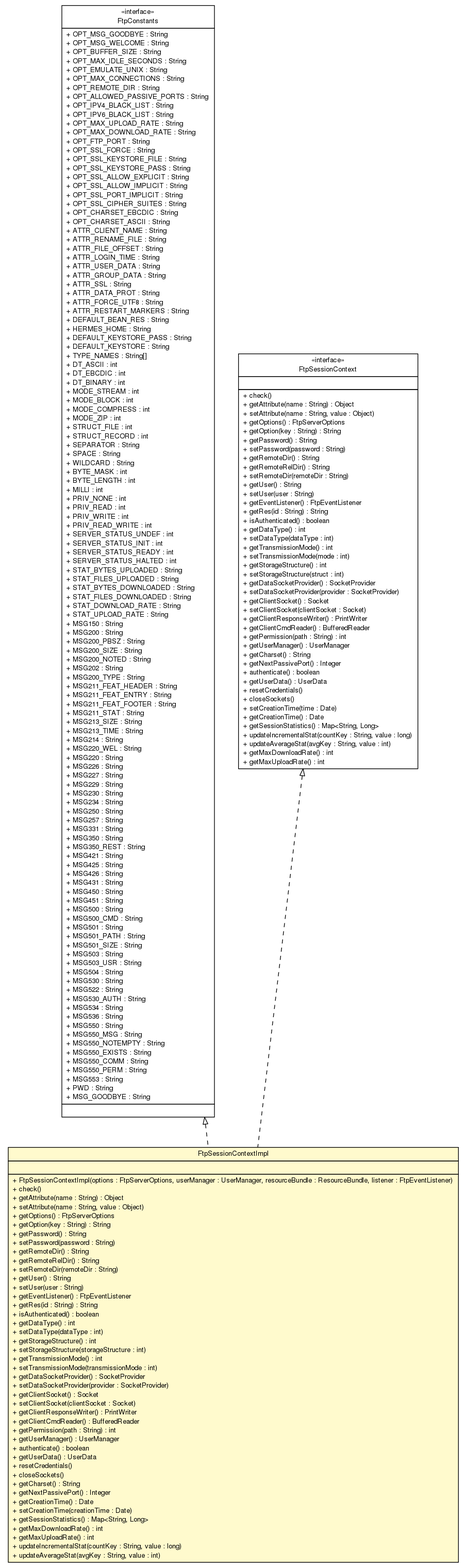
lbehnke/hermesftp keeps this Graphviz diagram as apidocs/com/apporiented/hermesftp/session/impl/FtpSessionContextImpl.png. Above is the earlier version. Its source is kept beside it as apidocs/com/apporiented/hermesftp/session/impl/FtpSessionContextImpl.dot. The source it was exported from:
```dot

digraph G {
	edge [fontname="Helvetica",fontsize=10,labelfontname="Helvetica",labelfontsize=10];
	node [fontname="Helvetica",fontsize=10,shape=plaintext];
	nodesep=0.25;
	ranksep=0.5;
	c4875 [label=<<table title="com.apporiented.hermesftp.session.impl.FtpSessionContextImpl" border="0" cellborder="1" cellspacing="0" cellpadding="2" port="p" bgcolor="lemonChiffon" href="./FtpSessionContextImpl.html">
		<tr><td><table border="0" cellspacing="0" cellpadding="1">
<tr><td align="center" balign="center"> FtpSessionContextImpl </td></tr>
		</table></td></tr>
		<tr><td><table border="0" cellspacing="0" cellpadding="1">
<tr><td align="left" balign="left">  </td></tr>
		</table></td></tr>
		<tr><td><table border="0" cellspacing="0" cellpadding="1">
<tr><td align="left" balign="left"> + FtpSessionContextImpl(options : FtpServerOptions, userManager : UserManager, resourceBundle : ResourceBundle, listener : FtpEventListener) </td></tr>
<tr><td align="left" balign="left"> + check() </td></tr>
<tr><td align="left" balign="left"> + getAttribute(name : String) : Object </td></tr>
<tr><td align="left" balign="left"> + setAttribute(name : String, value : Object) </td></tr>
<tr><td align="left" balign="left"> + getOptions() : FtpServerOptions </td></tr>
<tr><td align="left" balign="left"> + getOption(key : String) : String </td></tr>
<tr><td align="left" balign="left"> + getPassword() : String </td></tr>
<tr><td align="left" balign="left"> + setPassword(password : String) </td></tr>
<tr><td align="left" balign="left"> + getRemoteDir() : String </td></tr>
<tr><td align="left" balign="left"> + getRemoteRelDir() : String </td></tr>
<tr><td align="left" balign="left"> + setRemoteDir(remoteDir : String) </td></tr>
<tr><td align="left" balign="left"> + getUser() : String </td></tr>
<tr><td align="left" balign="left"> + setUser(user : String) </td></tr>
<tr><td align="left" balign="left"> + getEventListener() : FtpEventListener </td></tr>
<tr><td align="left" balign="left"> + getRes(id : String) : String </td></tr>
<tr><td align="left" balign="left"> + isAuthenticated() : boolean </td></tr>
<tr><td align="left" balign="left"> + getDataType() : int </td></tr>
<tr><td align="left" balign="left"> + setDataType(dataType : int) </td></tr>
<tr><td align="left" balign="left"> + getStorageStructure() : int </td></tr>
<tr><td align="left" balign="left"> + setStorageStructure(storageStructure : int) </td></tr>
<tr><td align="left" balign="left"> + getTransmissionMode() : int </td></tr>
<tr><td align="left" balign="left"> + setTransmissionMode(transmissionMode : int) </td></tr>
<tr><td align="left" balign="left"> + getDataSocketProvider() : SocketProvider </td></tr>
<tr><td align="left" balign="left"> + setDataSocketProvider(provider : SocketProvider) </td></tr>
<tr><td align="left" balign="left"> + getClientSocket() : Socket </td></tr>
<tr><td align="left" balign="left"> + setClientSocket(clientSocket : Socket) </td></tr>
<tr><td align="left" balign="left"> + getClientResponseWriter() : PrintWriter </td></tr>
<tr><td align="left" balign="left"> + getClientCmdReader() : BufferedReader </td></tr>
<tr><td align="left" balign="left"> + getPermission(path : String) : int </td></tr>
<tr><td align="left" balign="left"> + getUserManager() : UserManager </td></tr>
<tr><td align="left" balign="left"> + authenticate() : boolean </td></tr>
<tr><td align="left" balign="left"> + getUserData() : UserData </td></tr>
<tr><td align="left" balign="left"> + resetCredentials() </td></tr>
<tr><td align="left" balign="left"> + closeSockets() </td></tr>
<tr><td align="left" balign="left"> + getCharset() : String </td></tr>
<tr><td align="left" balign="left"> + getNextPassivePort() : Integer </td></tr>
<tr><td align="left" balign="left"> + getCreationTime() : Date </td></tr>
<tr><td align="left" balign="left"> + setCreationTime(creationTime : Date) </td></tr>
<tr><td align="left" balign="left"> + getSessionStatistics() : Map&lt;String, Long&gt; </td></tr>
<tr><td align="left" balign="left"> + getMaxDownloadRate() : int </td></tr>
<tr><td align="left" balign="left"> + getMaxUploadRate() : int </td></tr>
<tr><td align="left" balign="left"> + updateIncrementalStat(countKey : String, value : long) </td></tr>
<tr><td align="left" balign="left"> + updateAverageStat(avgKey : String, value : int) </td></tr>
		</table></td></tr>
		</table>>, fontname="Helvetica", fontcolor="black", fontsize=10.0];
	c4879 [label=<<table title="com.apporiented.hermesftp.common.FtpConstants" border="0" cellborder="1" cellspacing="0" cellpadding="2" port="p" href="../../common/FtpConstants.html">
		<tr><td><table border="0" cellspacing="0" cellpadding="1">
<tr><td align="center" balign="center"> &#171;interface&#187; </td></tr>
<tr><td align="center" balign="center"> FtpConstants </td></tr>
		</table></td></tr>
		<tr><td><table border="0" cellspacing="0" cellpadding="1">
<tr><td align="left" balign="left"> + OPT_MSG_GOODBYE : String </td></tr>
<tr><td align="left" balign="left"> + OPT_MSG_WELCOME : String </td></tr>
<tr><td align="left" balign="left"> + OPT_BUFFER_SIZE : String </td></tr>
<tr><td align="left" balign="left"> + OPT_MAX_IDLE_SECONDS : String </td></tr>
<tr><td align="left" balign="left"> + OPT_EMULATE_UNIX : String </td></tr>
<tr><td align="left" balign="left"> + OPT_MAX_CONNECTIONS : String </td></tr>
<tr><td align="left" balign="left"> + OPT_REMOTE_DIR : String </td></tr>
<tr><td align="left" balign="left"> + OPT_ALLOWED_PASSIVE_PORTS : String </td></tr>
<tr><td align="left" balign="left"> + OPT_IPV4_BLACK_LIST : String </td></tr>
<tr><td align="left" balign="left"> + OPT_IPV6_BLACK_LIST : String </td></tr>
<tr><td align="left" balign="left"> + OPT_MAX_UPLOAD_RATE : String </td></tr>
<tr><td align="left" balign="left"> + OPT_MAX_DOWNLOAD_RATE : String </td></tr>
<tr><td align="left" balign="left"> + OPT_FTP_PORT : String </td></tr>
<tr><td align="left" balign="left"> + OPT_SSL_FORCE : String </td></tr>
<tr><td align="left" balign="left"> + OPT_SSL_KEYSTORE_FILE : String </td></tr>
<tr><td align="left" balign="left"> + OPT_SSL_KEYSTORE_PASS : String </td></tr>
<tr><td align="left" balign="left"> + OPT_SSL_ALLOW_EXPLICIT : String </td></tr>
<tr><td align="left" balign="left"> + OPT_SSL_ALLOW_IMPLICIT : String </td></tr>
<tr><td align="left" balign="left"> + OPT_SSL_PORT_IMPLICIT : String </td></tr>
<tr><td align="left" balign="left"> + OPT_SSL_CIPHER_SUITES : String </td></tr>
<tr><td align="left" balign="left"> + OPT_CHARSET_EBCDIC : String </td></tr>
<tr><td align="left" balign="left"> + OPT_CHARSET_ASCII : String </td></tr>
<tr><td align="left" balign="left"> + ATTR_CLIENT_NAME : String </td></tr>
<tr><td align="left" balign="left"> + ATTR_RENAME_FILE : String </td></tr>
<tr><td align="left" balign="left"> + ATTR_FILE_OFFSET : String </td></tr>
<tr><td align="left" balign="left"> + ATTR_LOGIN_TIME : String </td></tr>
<tr><td align="left" balign="left"> + ATTR_USER_DATA : String </td></tr>
<tr><td align="left" balign="left"> + ATTR_GROUP_DATA : String </td></tr>
<tr><td align="left" balign="left"> + ATTR_SSL : String </td></tr>
<tr><td align="left" balign="left"> + ATTR_DATA_PROT : String </td></tr>
<tr><td align="left" balign="left"> + ATTR_FORCE_UTF8 : String </td></tr>
<tr><td align="left" balign="left"> + ATTR_RESTART_MARKERS : String </td></tr>
<tr><td align="left" balign="left"> + DEFAULT_BEAN_RES : String </td></tr>
<tr><td align="left" balign="left"> + HERMES_HOME : String </td></tr>
<tr><td align="left" balign="left"> + DEFAULT_KEYSTORE_PASS : String </td></tr>
<tr><td align="left" balign="left"> + DEFAULT_KEYSTORE : String </td></tr>
<tr><td align="left" balign="left"> + TYPE_NAMES : String[] </td></tr>
<tr><td align="left" balign="left"> + DT_ASCII : int </td></tr>
<tr><td align="left" balign="left"> + DT_EBCDIC : int </td></tr>
<tr><td align="left" balign="left"> + DT_BINARY : int </td></tr>
<tr><td align="left" balign="left"> + MODE_STREAM : int </td></tr>
<tr><td align="left" balign="left"> + MODE_BLOCK : int </td></tr>
<tr><td align="left" balign="left"> + MODE_COMPRESS : int </td></tr>
<tr><td align="left" balign="left"> + MODE_ZIP : int </td></tr>
<tr><td align="left" balign="left"> + STRUCT_FILE : int </td></tr>
<tr><td align="left" balign="left"> + STRUCT_RECORD : int </td></tr>
<tr><td align="left" balign="left"> + SEPARATOR : String </td></tr>
<tr><td align="left" balign="left"> + SPACE : String </td></tr>
<tr><td align="left" balign="left"> + WILDCARD : String </td></tr>
<tr><td align="left" balign="left"> + BYTE_MASK : int </td></tr>
<tr><td align="left" balign="left"> + BYTE_LENGTH : int </td></tr>
<tr><td align="left" balign="left"> + MILLI : int </td></tr>
<tr><td align="left" balign="left"> + PRIV_NONE : int </td></tr>
<tr><td align="left" balign="left"> + PRIV_READ : int </td></tr>
<tr><td align="left" balign="left"> + PRIV_WRITE : int </td></tr>
<tr><td align="left" balign="left"> + PRIV_READ_WRITE : int </td></tr>
<tr><td align="left" balign="left"> + SERVER_STATUS_UNDEF : int </td></tr>
<tr><td align="left" balign="left"> + SERVER_STATUS_INIT : int </td></tr>
<tr><td align="left" balign="left"> + SERVER_STATUS_READY : int </td></tr>
<tr><td align="left" balign="left"> + SERVER_STATUS_HALTED : int </td></tr>
<tr><td align="left" balign="left"> + STAT_BYTES_UPLOADED : String </td></tr>
<tr><td align="left" balign="left"> + STAT_FILES_UPLOADED : String </td></tr>
<tr><td align="left" balign="left"> + STAT_BYTES_DOWNLOADED : String </td></tr>
<tr><td align="left" balign="left"> + STAT_FILES_DOWNLOADED : String </td></tr>
<tr><td align="left" balign="left"> + STAT_DOWNLOAD_RATE : String </td></tr>
<tr><td align="left" balign="left"> + STAT_UPLOAD_RATE : String </td></tr>
<tr><td align="left" balign="left"> + MSG150 : String </td></tr>
<tr><td align="left" balign="left"> + MSG200 : String </td></tr>
<tr><td align="left" balign="left"> + MSG200_PBSZ : String </td></tr>
<tr><td align="left" balign="left"> + MSG200_SIZE : String </td></tr>
<tr><td align="left" balign="left"> + MSG200_NOTED : String </td></tr>
<tr><td align="left" balign="left"> + MSG202 : String </td></tr>
<tr><td align="left" balign="left"> + MSG200_TYPE : String </td></tr>
<tr><td align="left" balign="left"> + MSG211_FEAT_HEADER : String </td></tr>
<tr><td align="left" balign="left"> + MSG211_FEAT_ENTRY : String </td></tr>
<tr><td align="left" balign="left"> + MSG211_FEAT_FOOTER : String </td></tr>
<tr><td align="left" balign="left"> + MSG211_STAT : String </td></tr>
<tr><td align="left" balign="left"> + MSG213_SIZE : String </td></tr>
<tr><td align="left" balign="left"> + MSG213_TIME : String </td></tr>
<tr><td align="left" balign="left"> + MSG214 : String </td></tr>
<tr><td align="left" balign="left"> + MSG220_WEL : String </td></tr>
<tr><td align="left" balign="left"> + MSG220 : String </td></tr>
<tr><td align="left" balign="left"> + MSG226 : String </td></tr>
<tr><td align="left" balign="left"> + MSG227 : String </td></tr>
<tr><td align="left" balign="left"> + MSG229 : String </td></tr>
<tr><td align="left" balign="left"> + MSG230 : String </td></tr>
<tr><td align="left" balign="left"> + MSG234 : String </td></tr>
<tr><td align="left" balign="left"> + MSG250 : String </td></tr>
<tr><td align="left" balign="left"> + MSG257 : String </td></tr>
<tr><td align="left" balign="left"> + MSG331 : String </td></tr>
<tr><td align="left" balign="left"> + MSG350 : String </td></tr>
<tr><td align="left" balign="left"> + MSG350_REST : String </td></tr>
<tr><td align="left" balign="left"> + MSG421 : String </td></tr>
<tr><td align="left" balign="left"> + MSG425 : String </td></tr>
<tr><td align="left" balign="left"> + MSG426 : String </td></tr>
<tr><td align="left" balign="left"> + MSG431 : String </td></tr>
<tr><td align="left" balign="left"> + MSG450 : String </td></tr>
<tr><td align="left" balign="left"> + MSG451 : String </td></tr>
<tr><td align="left" balign="left"> + MSG500 : String </td></tr>
<tr><td align="left" balign="left"> + MSG500_CMD : String </td></tr>
<tr><td align="left" balign="left"> + MSG501 : String </td></tr>
<tr><td align="left" balign="left"> + MSG501_PATH : String </td></tr>
<tr><td align="left" balign="left"> + MSG501_SIZE : String </td></tr>
<tr><td align="left" balign="left"> + MSG503 : String </td></tr>
<tr><td align="left" balign="left"> + MSG503_USR : String </td></tr>
<tr><td align="left" balign="left"> + MSG504 : String </td></tr>
<tr><td align="left" balign="left"> + MSG530 : String </td></tr>
<tr><td align="left" balign="left"> + MSG522 : String </td></tr>
<tr><td align="left" balign="left"> + MSG530_AUTH : String </td></tr>
<tr><td align="left" balign="left"> + MSG534 : String </td></tr>
<tr><td align="left" balign="left"> + MSG536 : String </td></tr>
<tr><td align="left" balign="left"> + MSG550 : String </td></tr>
<tr><td align="left" balign="left"> + MSG550_MSG : String </td></tr>
<tr><td align="left" balign="left"> + MSG550_NOTEMPTY : String </td></tr>
<tr><td align="left" balign="left"> + MSG550_EXISTS : String </td></tr>
<tr><td align="left" balign="left"> + MSG550_COMM : String </td></tr>
<tr><td align="left" balign="left"> + MSG550_PERM : String </td></tr>
<tr><td align="left" balign="left"> + MSG553 : String </td></tr>
<tr><td align="left" balign="left"> + PWD : String </td></tr>
<tr><td align="left" balign="left"> + MSG_GOODBYE : String </td></tr>
		</table></td></tr>
		<tr><td><table border="0" cellspacing="0" cellpadding="1">
<tr><td align="left" balign="left">  </td></tr>
		</table></td></tr>
		</table>>, fontname="Helvetica", fontcolor="black", fontsize=10.0];
	c4882 [label=<<table title="com.apporiented.hermesftp.common.FtpSessionContext" border="0" cellborder="1" cellspacing="0" cellpadding="2" port="p" href="../../common/FtpSessionContext.html">
		<tr><td><table border="0" cellspacing="0" cellpadding="1">
<tr><td align="center" balign="center"> &#171;interface&#187; </td></tr>
<tr><td align="center" balign="center"> FtpSessionContext </td></tr>
		</table></td></tr>
		<tr><td><table border="0" cellspacing="0" cellpadding="1">
<tr><td align="left" balign="left">  </td></tr>
		</table></td></tr>
		<tr><td><table border="0" cellspacing="0" cellpadding="1">
<tr><td align="left" balign="left"> + check() </td></tr>
<tr><td align="left" balign="left"> + getAttribute(name : String) : Object </td></tr>
<tr><td align="left" balign="left"> + setAttribute(name : String, value : Object) </td></tr>
<tr><td align="left" balign="left"> + getOptions() : FtpServerOptions </td></tr>
<tr><td align="left" balign="left"> + getOption(key : String) : String </td></tr>
<tr><td align="left" balign="left"> + getPassword() : String </td></tr>
<tr><td align="left" balign="left"> + setPassword(password : String) </td></tr>
<tr><td align="left" balign="left"> + getRemoteDir() : String </td></tr>
<tr><td align="left" balign="left"> + getRemoteRelDir() : String </td></tr>
<tr><td align="left" balign="left"> + setRemoteDir(remoteDir : String) </td></tr>
<tr><td align="left" balign="left"> + getUser() : String </td></tr>
<tr><td align="left" balign="left"> + setUser(user : String) </td></tr>
<tr><td align="left" balign="left"> + getEventListener() : FtpEventListener </td></tr>
<tr><td align="left" balign="left"> + getRes(id : String) : String </td></tr>
<tr><td align="left" balign="left"> + isAuthenticated() : boolean </td></tr>
<tr><td align="left" balign="left"> + getDataType() : int </td></tr>
<tr><td align="left" balign="left"> + setDataType(dataType : int) </td></tr>
<tr><td align="left" balign="left"> + getTransmissionMode() : int </td></tr>
<tr><td align="left" balign="left"> + setTransmissionMode(mode : int) </td></tr>
<tr><td align="left" balign="left"> + getStorageStructure() : int </td></tr>
<tr><td align="left" balign="left"> + setStorageStructure(struct : int) </td></tr>
<tr><td align="left" balign="left"> + getDataSocketProvider() : SocketProvider </td></tr>
<tr><td align="left" balign="left"> + setDataSocketProvider(provider : SocketProvider) </td></tr>
<tr><td align="left" balign="left"> + getClientSocket() : Socket </td></tr>
<tr><td align="left" balign="left"> + setClientSocket(clientSocket : Socket) </td></tr>
<tr><td align="left" balign="left"> + getClientResponseWriter() : PrintWriter </td></tr>
<tr><td align="left" balign="left"> + getClientCmdReader() : BufferedReader </td></tr>
<tr><td align="left" balign="left"> + getPermission(path : String) : int </td></tr>
<tr><td align="left" balign="left"> + getUserManager() : UserManager </td></tr>
<tr><td align="left" balign="left"> + getCharset() : String </td></tr>
<tr><td align="left" balign="left"> + getNextPassivePort() : Integer </td></tr>
<tr><td align="left" balign="left"> + authenticate() : boolean </td></tr>
<tr><td align="left" balign="left"> + getUserData() : UserData </td></tr>
<tr><td align="left" balign="left"> + resetCredentials() </td></tr>
<tr><td align="left" balign="left"> + closeSockets() </td></tr>
<tr><td align="left" balign="left"> + setCreationTime(time : Date) </td></tr>
<tr><td align="left" balign="left"> + getCreationTime() : Date </td></tr>
<tr><td align="left" balign="left"> + getSessionStatistics() : Map&lt;String, Long&gt; </td></tr>
<tr><td align="left" balign="left"> + updateIncrementalStat(countKey : String, value : long) </td></tr>
<tr><td align="left" balign="left"> + updateAverageStat(avgKey : String, value : int) </td></tr>
<tr><td align="left" balign="left"> + getMaxDownloadRate() : int </td></tr>
<tr><td align="left" balign="left"> + getMaxUploadRate() : int </td></tr>
		</table></td></tr>
		</table>>, fontname="Helvetica", fontcolor="black", fontsize=10.0];
	c4879:p -> c4875:p [dir=back,arrowtail=empty,style=dashed];
	c4882:p -> c4875:p [dir=back,arrowtail=empty,style=dashed];
}
```
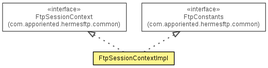
The same file after the commit.

Change to the diagram source:
```diff
@@ -4,7 +4,7 @@
 	node [fontname="Helvetica",fontsize=10,shape=plaintext];
 	nodesep=0.25;
 	ranksep=0.5;
-	c4875 [label=<<table title="com.apporiented.hermesftp.session.impl.FtpSessionContextImpl" border="0" cellborder="1" cellspacing="0" cellpadding="2" port="p" bgcolor="lemonChiffon" href="./FtpSessionContextImpl.html">
+	c4873 [label=<<table title="com.apporiented.hermesftp.session.impl.FtpSessionContextImpl" border="0" cellborder="1" cellspacing="0" cellpadding="2" port="p" bgcolor="lemonChiffon" href="./FtpSessionContextImpl.html">
 		<tr><td><table border="0" cellspacing="0" cellpadding="1">
 <tr><td align="center" balign="center"> FtpSessionContextImpl </td></tr>
 		</table></td></tr>
@@ -57,7 +57,7 @@
 <tr><td align="left" balign="left"> + updateAverageStat(avgKey : String, value : int) </td></tr>
 		</table></td></tr>
 		</table>>, fontname="Helvetica", fontcolor="black", fontsize=10.0];
-	c4879 [label=<<table title="com.apporiented.hermesftp.common.FtpConstants" border="0" cellborder="1" cellspacing="0" cellpadding="2" port="p" href="../../common/FtpConstants.html">
+	c4877 [label=<<table title="com.apporiented.hermesftp.common.FtpConstants" border="0" cellborder="1" cellspacing="0" cellpadding="2" port="p" href="../../common/FtpConstants.html">
 		<tr><td><table border="0" cellspacing="0" cellpadding="1">
 <tr><td align="center" balign="center"> &#171;interface&#187; </td></tr>
 <tr><td align="center" balign="center"> FtpConstants </td></tr>
@@ -188,7 +188,7 @@
 <tr><td align="left" balign="left">  </td></tr>
 		</table></td></tr>
 		</table>>, fontname="Helvetica", fontcolor="black", fontsize=10.0];
-	c4882 [label=<<table title="com.apporiented.hermesftp.common.FtpSessionContext" border="0" cellborder="1" cellspacing="0" cellpadding="2" port="p" href="../../common/FtpSessionContext.html">
+	c4880 [label=<<table title="com.apporiented.hermesftp.common.FtpSessionContext" border="0" cellborder="1" cellspacing="0" cellpadding="2" port="p" href="../../common/FtpSessionContext.html">
 		<tr><td><table border="0" cellspacing="0" cellpadding="1">
 <tr><td align="center" balign="center"> &#171;interface&#187; </td></tr>
 <tr><td align="center" balign="center"> FtpSessionContext </td></tr>
@@ -241,6 +241,6 @@
 <tr><td align="left" balign="left"> + getMaxUploadRate() : int </td></tr>
 		</table></td></tr>
 		</table>>, fontname="Helvetica", fontcolor="black", fontsize=10.0];
-	c4879:p -> c4875:p [dir=back,arrowtail=empty,style=dashed];
-	c4882:p -> c4875:p [dir=back,arrowtail=empty,style=dashed];
+	c4877:p -> c4873:p [dir=back,arrowtail=empty,style=dashed];
+	c4880:p -> c4873:p [dir=back,arrowtail=empty,style=dashed];
 }
```
